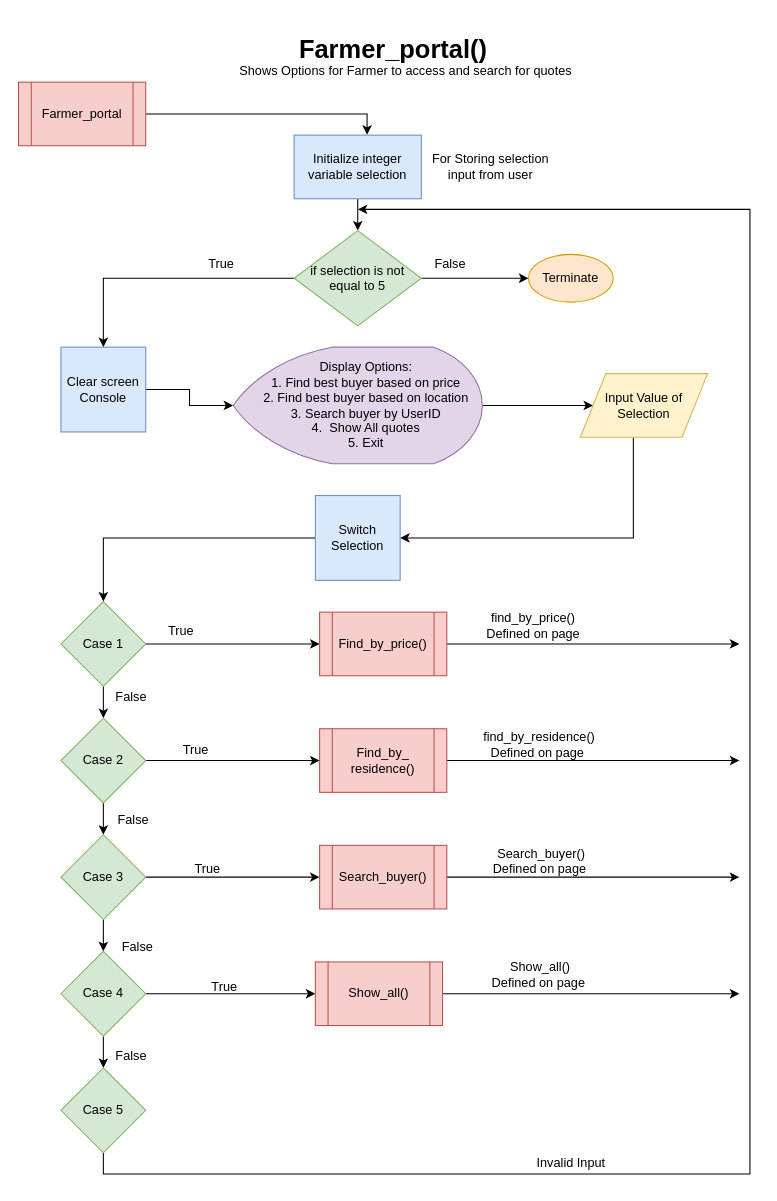
Earlier version of the draw.io diagram Flow Charts/11. farmer_portal.drawio (dhruvbanerjee77/FARMHOUSE-A-Marketing-Portal). Source tidied: cells renumbered, new cells numbered last; positions are measured from the earlier drawing's top-left corner, leaving out a move shared by most shapes. Both pictures are drawn from the tidied source at 106%, with x=0, y=0 at pixel (18, 29).
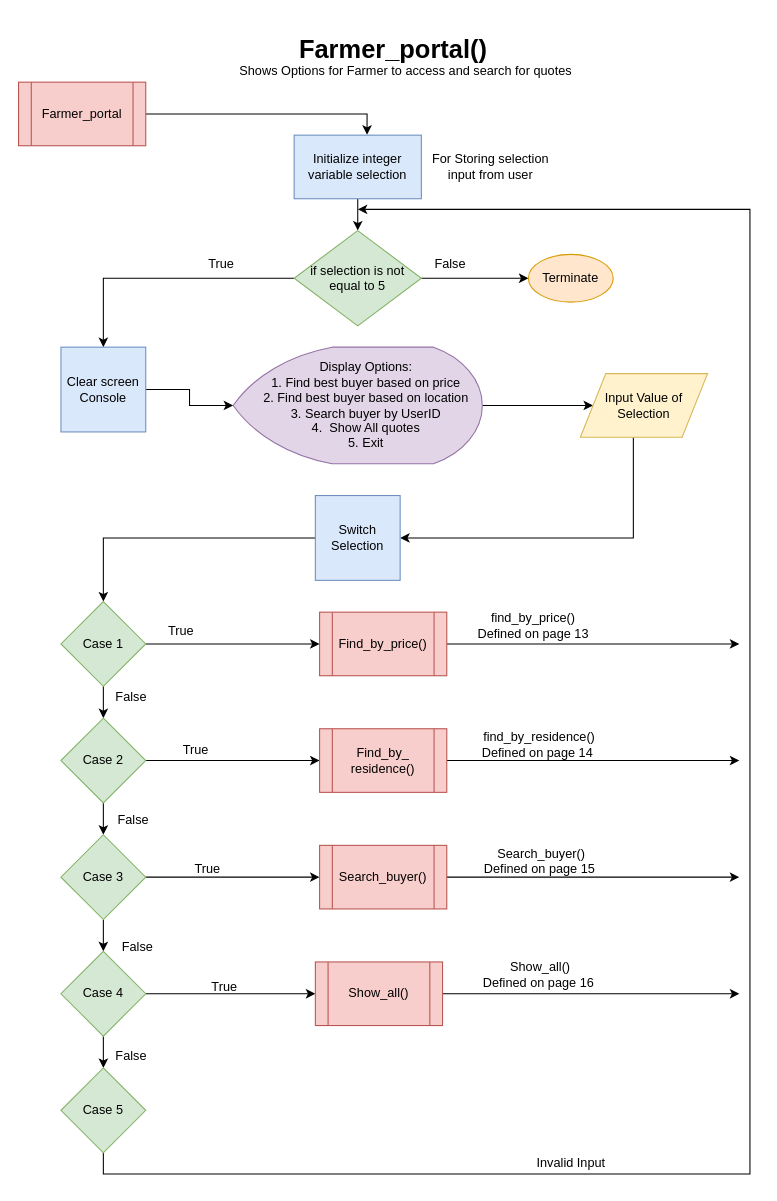
The same diagram, later.

What changed in the source:
```diff
@@
-    <mxCell id="54" value="find_by_price()&amp;nbsp;&lt;br&gt;Defined on page&amp;nbsp;" style="text;html=1;align=center;verticalAlign=middle;" parent="1" vertex="1">
-      <mxGeometry x="432" y="548" width="110" height="30" as="geometry" />
+    <mxCell id="54" value="find_by_price()&amp;nbsp;&lt;br&gt;Defined on page 13&amp;nbsp;" style="text;html=1;align=center;verticalAlign=middle;" parent="1" vertex="1">
+      <mxGeometry x="427" y="548" width="120" height="30" as="geometry" />
     </mxCell>
-    <mxCell id="55" value="find_by_residence()&lt;br&gt;Defined on page&amp;nbsp;" style="text;html=1;align=center;verticalAlign=middle;" parent="1" vertex="1">
+    <mxCell id="55" value="find_by_residence()&lt;br&gt;Defined on page 14&amp;nbsp;" style="text;html=1;align=center;verticalAlign=middle;" parent="1" vertex="1">
       <mxGeometry x="431" y="660" width="120" height="30" as="geometry" />
     </mxCell>
-    <mxCell id="56" value="Search_buyer()&lt;br&gt;Defined on page&amp;nbsp;" style="text;html=1;align=center;verticalAlign=middle;" parent="1" vertex="1">
-      <mxGeometry x="437.5" y="770" width="110" height="30" as="geometry" />
+    <mxCell id="56" value="Search_buyer()&lt;br&gt;Defined on page 15&amp;nbsp;" style="text;html=1;align=center;verticalAlign=middle;" parent="1" vertex="1">
+      <mxGeometry x="432.5" y="770" width="120" height="30" as="geometry" />
     </mxCell>
-    <mxCell id="57" value="Show_all()&lt;br&gt;Defined on page&amp;nbsp;" style="text;html=1;align=center;verticalAlign=middle;" parent="1" vertex="1">
-      <mxGeometry x="437" y="877" width="110" height="30" as="geometry" />
+    <mxCell id="57" value="Show_all()&lt;br&gt;Defined on page 16&amp;nbsp;" style="text;html=1;align=center;verticalAlign=middle;" parent="1" vertex="1">
+      <mxGeometry x="432" y="877" width="120" height="30" as="geometry" />
     </mxCell>
```
